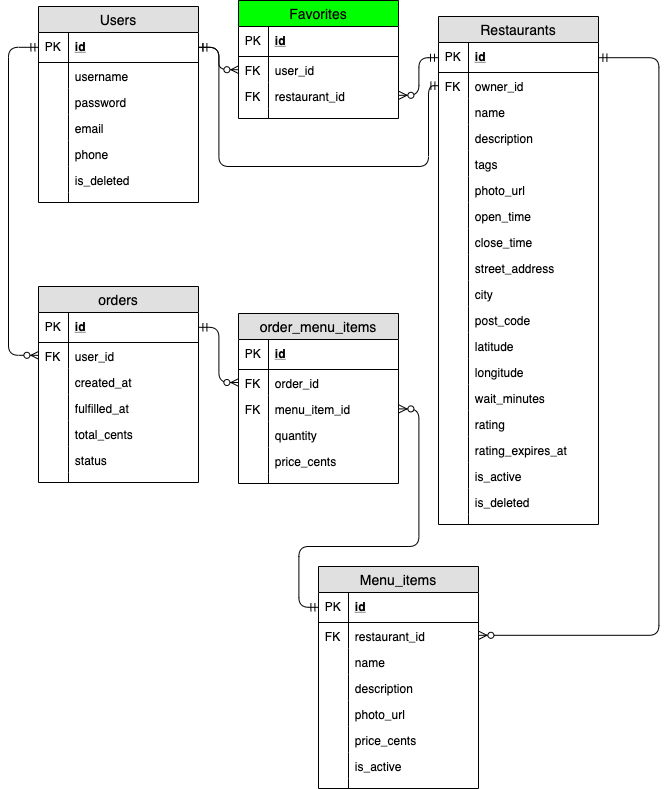
Before: notes/ERD final.png, a diagram exported from draw.io (kevlabs/fuudi). Source tidied: cells renumbered, new cells last; positions are measured from the earlier drawing's top-left corner, leaving out a move shared by most shapes.
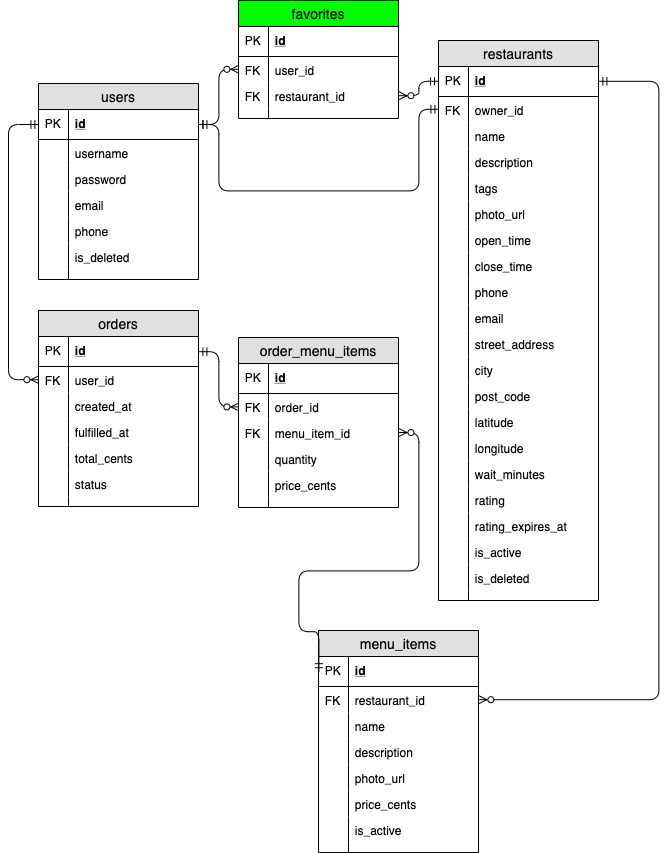
The same file after the commit.

Commit message:
db schema users + restaurants

What changed in the source:
```diff
@@ -2,8 +2,8 @@
   <root>
     <mxCell id="0" />
     <mxCell id="1" parent="0" />
-    <mxCell id="2" value="Users" style="swimlane;fontStyle=0;horizontal=1;startSize=26;fillColor=#e0e0e0;swimlaneFillColor=#ffffff;align=center;fontSize=14;" parent="1" vertex="1">
-      <mxGeometry x="30" y="6" width="160" height="196" as="geometry" />
+    <mxCell id="2" value="users" style="swimlane;fontStyle=0;horizontal=1;startSize=26;fillColor=#e0e0e0;swimlaneFillColor=#ffffff;align=center;fontSize=14;" parent="1" vertex="1">
+      <mxGeometry x="30" y="59" width="160" height="196" as="geometry" />
     </mxCell>
     <mxCell id="3" value="id" style="shape=partialRectangle;top=0;left=0;right=0;bottom=1;align=left;verticalAlign=middle;fillColor=none;spacingLeft=34;spacingRight=4;overflow=hidden;points=[[0,0.5],[1,0.5]];portConstraint=eastwest;fontStyle=5;fontSize=12;" parent="2" vertex="1">
       <mxGeometry y="26" width="160" height="30" as="geometry" />
@@ -47,8 +47,8 @@
     <mxCell id="16" style="shape=partialRectangle;top=0;left=0;bottom=0;fillColor=none;align=left;verticalAlign=top;spacingLeft=4;spacingRight=4;overflow=hidden;fontSize=12;" parent="15" vertex="1">
       <mxGeometry width="30" height="10" as="geometry" />
     </mxCell>
-    <mxCell id="17" value="Favorites" style="swimlane;fontStyle=0;horizontal=1;startSize=26;fillColor=#00FF00;swimlaneFillColor=#ffffff;align=center;fontSize=14;" parent="1" vertex="1">
-      <mxGeometry x="230" width="160" height="118" as="geometry" />
+    <mxCell id="17" value="favorites" style="swimlane;fontStyle=0;horizontal=1;startSize=26;fillColor=#00FF00;swimlaneFillColor=#ffffff;align=center;fontSize=14;" parent="1" vertex="1">
+      <mxGeometry x="230" y="-24" width="160" height="118" as="geometry" />
     </mxCell>
     <mxCell id="18" value="id" style="shape=partialRectangle;top=0;left=0;right=0;bottom=1;align=left;verticalAlign=middle;fillColor=none;spacingLeft=34;spacingRight=4;overflow=hidden;fontStyle=5;fontSize=12;" parent="17" vertex="1">
       <mxGeometry y="26" width="160" height="30" as="geometry" />
@@ -74,8 +74,8 @@
     <mxCell id="25" style="shape=partialRectangle;top=0;left=0;bottom=0;fillColor=none;align=left;verticalAlign=top;spacingLeft=4;spacingRight=4;overflow=hidden;fontSize=12;" parent="24" vertex="1">
       <mxGeometry width="30" height="10" as="geometry" />
     </mxCell>
-    <mxCell id="26" value="Restaurants" style="swimlane;fontStyle=0;horizontal=1;startSize=26;fillColor=#e0e0e0;swimlaneFillColor=#ffffff;align=center;fontSize=14;" parent="1" vertex="1">
-      <mxGeometry x="430" y="16" width="160" height="508" as="geometry" />
+    <mxCell id="26" value="restaurants" style="swimlane;fontStyle=0;horizontal=1;startSize=26;fillColor=#e0e0e0;swimlaneFillColor=#ffffff;align=center;fontSize=14;" parent="1" vertex="1">
+      <mxGeometry x="430" y="16" width="160" height="560" as="geometry" />
     </mxCell>
     <mxCell id="27" value="id" style="shape=partialRectangle;top=0;left=0;right=0;bottom=1;align=left;verticalAlign=middle;fillColor=none;spacingLeft=34;spacingRight=4;overflow=hidden;points=[[0,0.5],[1,0.5]];portConstraint=eastwest;fontStyle=5;fontSize=12;" parent="26" vertex="1">
       <mxGeometry y="26" width="160" height="30" as="geometry" />
@@ -125,68 +125,80 @@
     <mxCell id="42" style="shape=partialRectangle;top=0;left=0;bottom=0;fillColor=none;align=left;verticalAlign=top;spacingLeft=4;spacingRight=4;overflow=hidden;fontSize=12;" parent="41" vertex="1">
       <mxGeometry width="30" height="26" as="geometry" />
     </mxCell>
+    <mxCell id="117" value="phone" style="shape=partialRectangle;top=0;left=0;right=0;bottom=0;align=left;verticalAlign=top;fillColor=none;spacingLeft=34;spacingRight=4;overflow=hidden;fontSize=12;" parent="26" vertex="1">
+      <mxGeometry y="238" width="160" height="26" as="geometry" />
+    </mxCell>
+    <mxCell id="118" style="shape=partialRectangle;top=0;left=0;bottom=0;fillColor=none;align=left;verticalAlign=top;spacingLeft=4;spacingRight=4;overflow=hidden;fontSize=12;" parent="117" vertex="1">
+      <mxGeometry width="30" height="26" as="geometry" />
+    </mxCell>
+    <mxCell id="119" value="email" style="shape=partialRectangle;top=0;left=0;right=0;bottom=0;align=left;verticalAlign=top;fillColor=none;spacingLeft=34;spacingRight=4;overflow=hidden;fontSize=12;" parent="26" vertex="1">
+      <mxGeometry y="264" width="160" height="26" as="geometry" />
+    </mxCell>
+    <mxCell id="120" style="shape=partialRectangle;top=0;left=0;bottom=0;fillColor=none;align=left;verticalAlign=top;spacingLeft=4;spacingRight=4;overflow=hidden;fontSize=12;" parent="119" vertex="1">
+      <mxGeometry width="30" height="26" as="geometry" />
+    </mxCell>
     <mxCell id="43" value="street_address" style="shape=partialRectangle;top=0;left=0;right=0;bottom=0;align=left;verticalAlign=top;fillColor=none;spacingLeft=34;spacingRight=4;overflow=hidden;fontSize=12;" parent="26" vertex="1">
-      <mxGeometry y="238" width="160" height="26" as="geometry" />
+      <mxGeometry y="290" width="160" height="26" as="geometry" />
     </mxCell>
     <mxCell id="44" style="shape=partialRectangle;top=0;left=0;bottom=0;fillColor=none;align=left;verticalAlign=top;spacingLeft=4;spacingRight=4;overflow=hidden;fontSize=12;" parent="43" vertex="1">
       <mxGeometry width="30" height="26" as="geometry" />
     </mxCell>
     <mxCell id="45" value="city" style="shape=partialRectangle;top=0;left=0;right=0;bottom=0;align=left;verticalAlign=top;fillColor=none;spacingLeft=34;spacingRight=4;overflow=hidden;fontSize=12;" parent="26" vertex="1">
-      <mxGeometry y="264" width="160" height="26" as="geometry" />
+      <mxGeometry y="316" width="160" height="26" as="geometry" />
     </mxCell>
     <mxCell id="46" style="shape=partialRectangle;top=0;left=0;bottom=0;fillColor=none;align=left;verticalAlign=top;spacingLeft=4;spacingRight=4;overflow=hidden;fontSize=12;" parent="45" vertex="1">
       <mxGeometry width="30" height="26" as="geometry" />
     </mxCell>
     <mxCell id="47" value="post_code" style="shape=partialRectangle;top=0;left=0;right=0;bottom=0;align=left;verticalAlign=top;fillColor=none;spacingLeft=34;spacingRight=4;overflow=hidden;fontSize=12;" parent="26" vertex="1">
-      <mxGeometry y="290" width="160" height="26" as="geometry" />
+      <mxGeometry y="342" width="160" height="26" as="geometry" />
     </mxCell>
     <mxCell id="48" style="shape=partialRectangle;top=0;left=0;bottom=0;fillColor=none;align=left;verticalAlign=top;spacingLeft=4;spacingRight=4;overflow=hidden;fontSize=12;" parent="47" vertex="1">
       <mxGeometry width="30" height="26" as="geometry" />
     </mxCell>
     <mxCell id="49" value="latitude" style="shape=partialRectangle;top=0;left=0;right=0;bottom=0;align=left;verticalAlign=top;fillColor=none;spacingLeft=34;spacingRight=4;overflow=hidden;fontSize=12;" parent="26" vertex="1">
-      <mxGeometry y="316" width="160" height="26" as="geometry" />
+      <mxGeometry y="368" width="160" height="26" as="geometry" />
     </mxCell>
     <mxCell id="50" style="shape=partialRectangle;top=0;left=0;bottom=0;fillColor=none;align=left;verticalAlign=top;spacingLeft=4;spacingRight=4;overflow=hidden;fontSize=12;" parent="49" vertex="1">
       <mxGeometry width="30" height="26" as="geometry" />
     </mxCell>
     <mxCell id="51" value="longitude" style="shape=partialRectangle;top=0;left=0;right=0;bottom=0;align=left;verticalAlign=top;fillColor=none;spacingLeft=34;spacingRight=4;overflow=hidden;fontSize=12;" parent="26" vertex="1">
-      <mxGeometry y="342" width="160" height="26" as="geometry" />
+      <mxGeometry y="394" width="160" height="26" as="geometry" />
     </mxCell>
     <mxCell id="52" style="shape=partialRectangle;top=0;left=0;bottom=0;fillColor=none;align=left;verticalAlign=top;spacingLeft=4;spacingRight=4;overflow=hidden;fontSize=12;" parent="51" vertex="1">
       <mxGeometry width="30" height="26" as="geometry" />
     </mxCell>
     <mxCell id="53" value="wait_minutes" style="shape=partialRectangle;top=0;left=0;right=0;bottom=0;align=left;verticalAlign=top;fillColor=none;spacingLeft=34;spacingRight=4;overflow=hidden;fontSize=12;" parent="26" vertex="1">
-      <mxGeometry y="368" width="160" height="26" as="geometry" />
+      <mxGeometry y="420" width="160" height="26" as="geometry" />
     </mxCell>
     <mxCell id="54" style="shape=partialRectangle;top=0;left=0;bottom=0;fillColor=none;align=left;verticalAlign=top;spacingLeft=4;spacingRight=4;overflow=hidden;fontSize=12;" parent="53" vertex="1">
       <mxGeometry width="30" height="26" as="geometry" />
     </mxCell>
     <mxCell id="55" value="rating" style="shape=partialRectangle;top=0;left=0;right=0;bottom=0;align=left;verticalAlign=top;fillColor=none;spacingLeft=34;spacingRight=4;overflow=hidden;fontSize=12;" parent="26" vertex="1">
-      <mxGeometry y="394" width="160" height="26" as="geometry" />
+      <mxGeometry y="446" width="160" height="26" as="geometry" />
     </mxCell>
     <mxCell id="56" style="shape=partialRectangle;top=0;left=0;bottom=0;fillColor=none;align=left;verticalAlign=top;spacingLeft=4;spacingRight=4;overflow=hidden;fontSize=12;" parent="55" vertex="1">
       <mxGeometry width="30" height="26" as="geometry" />
     </mxCell>
     <mxCell id="57" value="rating_expires_at" style="shape=partialRectangle;top=0;left=0;right=0;bottom=0;align=left;verticalAlign=top;fillColor=none;spacingLeft=34;spacingRight=4;overflow=hidden;fontSize=12;" parent="26" vertex="1">
-      <mxGeometry y="420" width="160" height="26" as="geometry" />
+      <mxGeometry y="472" width="160" height="26" as="geometry" />
     </mxCell>
     <mxCell id="58" style="shape=partialRectangle;top=0;left=0;bottom=0;fillColor=none;align=left;verticalAlign=top;spacingLeft=4;spacingRight=4;overflow=hidden;fontSize=12;" parent="57" vertex="1">
       <mxGeometry width="30" height="26" as="geometry" />
     </mxCell>
     <mxCell id="59" value="is_active" style="shape=partialRectangle;top=0;left=0;right=0;bottom=0;align=left;verticalAlign=top;fillColor=none;spacingLeft=34;spacingRight=4;overflow=hidden;fontSize=12;" parent="26" vertex="1">
-      <mxGeometry y="446" width="160" height="26" as="geometry" />
+      <mxGeometry y="498" width="160" height="26" as="geometry" />
     </mxCell>
     <mxCell id="60" style="shape=partialRectangle;top=0;left=0;bottom=0;fillColor=none;align=left;verticalAlign=top;spacingLeft=4;spacingRight=4;overflow=hidden;fontSize=12;" parent="59" vertex="1">
       <mxGeometry width="30" height="26" as="geometry" />
     </mxCell>
     <mxCell id="61" value="is_deleted" style="shape=partialRectangle;top=0;left=0;right=0;bottom=0;align=left;verticalAlign=top;fillColor=none;spacingLeft=34;spacingRight=4;overflow=hidden;fontSize=12;" parent="26" vertex="1">
-      <mxGeometry y="472" width="160" height="26" as="geometry" />
+      <mxGeometry y="524" width="160" height="26" as="geometry" />
     </mxCell>
     <mxCell id="62" style="shape=partialRectangle;top=0;left=0;bottom=0;fillColor=none;align=left;verticalAlign=top;spacingLeft=4;spacingRight=4;overflow=hidden;fontSize=12;" parent="61" vertex="1">
       <mxGeometry width="30" height="26" as="geometry" />
     </mxCell>
     <mxCell id="63" style="shape=partialRectangle;top=0;left=0;right=0;bottom=0;align=left;verticalAlign=top;fillColor=none;spacingLeft=34;spacingRight=4;overflow=hidden;fontSize=12;" parent="26" vertex="1">
-      <mxGeometry y="498" width="160" height="10" as="geometry" />
+      <mxGeometry y="550" width="160" height="10" as="geometry" />
     </mxCell>
     <mxCell id="64" style="shape=partialRectangle;top=0;left=0;bottom=0;fillColor=none;align=left;verticalAlign=top;spacingLeft=4;spacingRight=4;overflow=hidden;fontSize=12;" parent="63" vertex="1">
       <mxGeometry width="30" height="10" as="geometry" />
@@ -236,8 +248,8 @@
     <mxCell id="79" style="shape=partialRectangle;top=0;left=0;bottom=0;fillColor=none;align=left;verticalAlign=top;spacingLeft=4;spacingRight=4;overflow=hidden;fontSize=12;" parent="78" vertex="1">
       <mxGeometry width="30" height="10" as="geometry" />
     </mxCell>
-    <mxCell id="80" value="Menu_items" style="swimlane;fontStyle=0;horizontal=1;startSize=26;fillColor=#e0e0e0;swimlaneFillColor=#ffffff;align=center;fontSize=14;" parent="1" vertex="1">
-      <mxGeometry x="310" y="566" width="160" height="222" as="geometry" />
+    <mxCell id="80" value="menu_items" style="swimlane;fontStyle=0;horizontal=1;startSize=26;fillColor=#e0e0e0;swimlaneFillColor=#ffffff;align=center;fontSize=14;" parent="1" vertex="1">
+      <mxGeometry x="310" y="606" width="160" height="222" as="geometry" />
     </mxCell>
     <mxCell id="81" value="id" style="shape=partialRectangle;top=0;left=0;right=0;bottom=1;align=left;verticalAlign=middle;fillColor=none;spacingLeft=34;spacingRight=4;overflow=hidden;points=[[0,0.5],[1,0.5]];portConstraint=eastwest;fontStyle=5;fontSize=12;" parent="80" vertex="1">
       <mxGeometry y="26" width="160" height="30" as="geometry" />
@@ -329,10 +341,10 @@
     <mxCell id="110" style="edgeStyle=orthogonalEdgeStyle;fontSize=12;html=1;endArrow=ERzeroToMany;endFill=1;entryX=0;entryY=0.5;entryDx=0;entryDy=0;exitX=1;exitY=0.5;exitDx=0;exitDy=0;startArrow=ERmandOne;startFill=0;" parent="1" edge="1" source="66" target="100">
       <mxGeometry relative="1" as="geometry" />
     </mxCell>
-    <mxCell id="111" style="edgeStyle=orthogonalEdgeStyle;fontSize=12;html=1;endArrow=ERzeroToMany;endFill=1;entryX=0;entryY=0.5;entryDx=0;entryDy=0;exitX=0;exitY=0.5;exitDx=0;exitDy=0;startArrow=ERmandOne;startFill=0;" parent="1" edge="1" source="3" target="68">
+    <mxCell id="111" style="edgeStyle=orthogonalEdgeStyle;fontSize=12;html=1;endArrow=ERzeroToMany;endFill=1;entryX=0;entryY=0.5;entryDx=0;entryDy=0;startArrow=ERmandOne;startFill=0;exitX=0;exitY=0.5;exitDx=0;exitDy=0;" parent="1" edge="1" source="3" target="68">
       <mxGeometry relative="1" as="geometry">
         <Array as="points">
-          <mxPoint y="47" />
+          <mxPoint y="100" />
           <mxPoint y="355" />
         </Array>
       </mxGeometry>
@@ -346,17 +358,17 @@
     <mxCell id="114" style="edgeStyle=orthogonalEdgeStyle;rounded=1;jettySize=auto;html=1;startArrow=ERmandOne;startFill=0;endArrow=ERmandOne;endFill=0;entryX=1;entryY=0.5;entryDx=0;entryDy=0;exitX=0;exitY=0.5;exitDx=0;exitDy=0;" parent="1" edge="1" source="29" target="3">
       <mxGeometry relative="1" as="geometry">
         <Array as="points">
-          <mxPoint x="420" y="85" />
-          <mxPoint x="420" y="166" />
+          <mxPoint x="410" y="85" />
+          <mxPoint x="410" y="166" />
           <mxPoint x="210" y="166" />
-          <mxPoint x="210" y="47" />
+          <mxPoint x="210" y="100" />
         </Array>
       </mxGeometry>
     </mxCell>
     <mxCell id="115" style="edgeStyle=orthogonalEdgeStyle;rounded=1;jettySize=auto;html=1;startArrow=ERzeroToMany;startFill=1;endArrow=ERmandOne;endFill=0;exitX=1;exitY=0.5;exitDx=0;exitDy=0;entryX=1;entryY=0.5;entryDx=0;entryDy=0;" parent="1" edge="1" source="83" target="27">
       <mxGeometry relative="1" as="geometry">
         <Array as="points">
-          <mxPoint x="650" y="635" />
+          <mxPoint x="650" y="675" />
           <mxPoint x="650" y="57" />
         </Array>
       </mxGeometry>
```
